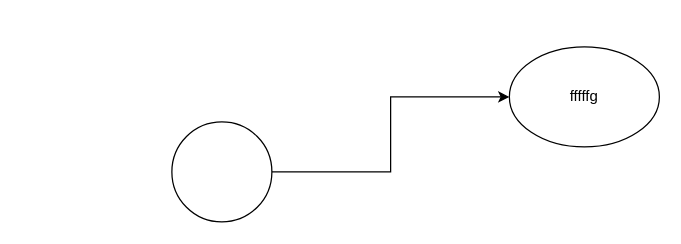
Above: Untitled Diagram.drawio in guci314/bzsmwiki (draw.io), before the change. Source tidied: cells renumbered, new cells numbered last; positions are measured from the earlier drawing's top-left corner, leaving out a move shared by most shapes. Both pictures are drawn from the tidied source at 125%, with x=0, y=0 at pixel (171, 46).
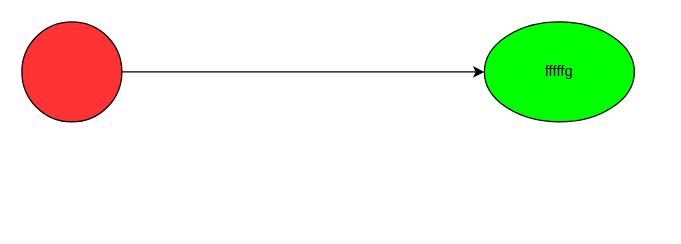
After the change.

What changed in the source:
```diff
@@
 <mxGraphModel>
   <root>
     <mxCell id="0" />
     <mxCell id="1" parent="0" />
     <mxCell id="2" style="edgeStyle=orthogonalEdgeStyle;rounded=0;jettySize=auto;html=1;" parent="1" edge="1" source="3" target="4">
       <mxGeometry relative="1" as="geometry" />
     </mxCell>
-    <mxCell id="3" style="ellipse;whiteSpace=wrap;html=1;" parent="1" vertex="1">
-      <mxGeometry y="60" width="80" height="80" as="geometry" />
+    <mxCell id="3" style="ellipse;whiteSpace=wrap;html=1;fillColor=#FF3333;" parent="1" vertex="1">
+      <mxGeometry x="-120" y="-20" width="80" height="80" as="geometry" />
     </mxCell>
-    <mxCell id="4" value="fffffg" style="ellipse;whiteSpace=wrap;html=1;" parent="1" vertex="1">
-      <mxGeometry x="270" width="120" height="80" as="geometry" />
+    <mxCell id="4" value="fffffg" style="ellipse;whiteSpace=wrap;html=1;fillColor=#00FF00;" parent="1" vertex="1">
+      <mxGeometry x="250" y="-20" width="120" height="80" as="geometry" />
     </mxCell>
   </root>
 </mxGraphModel>
```
